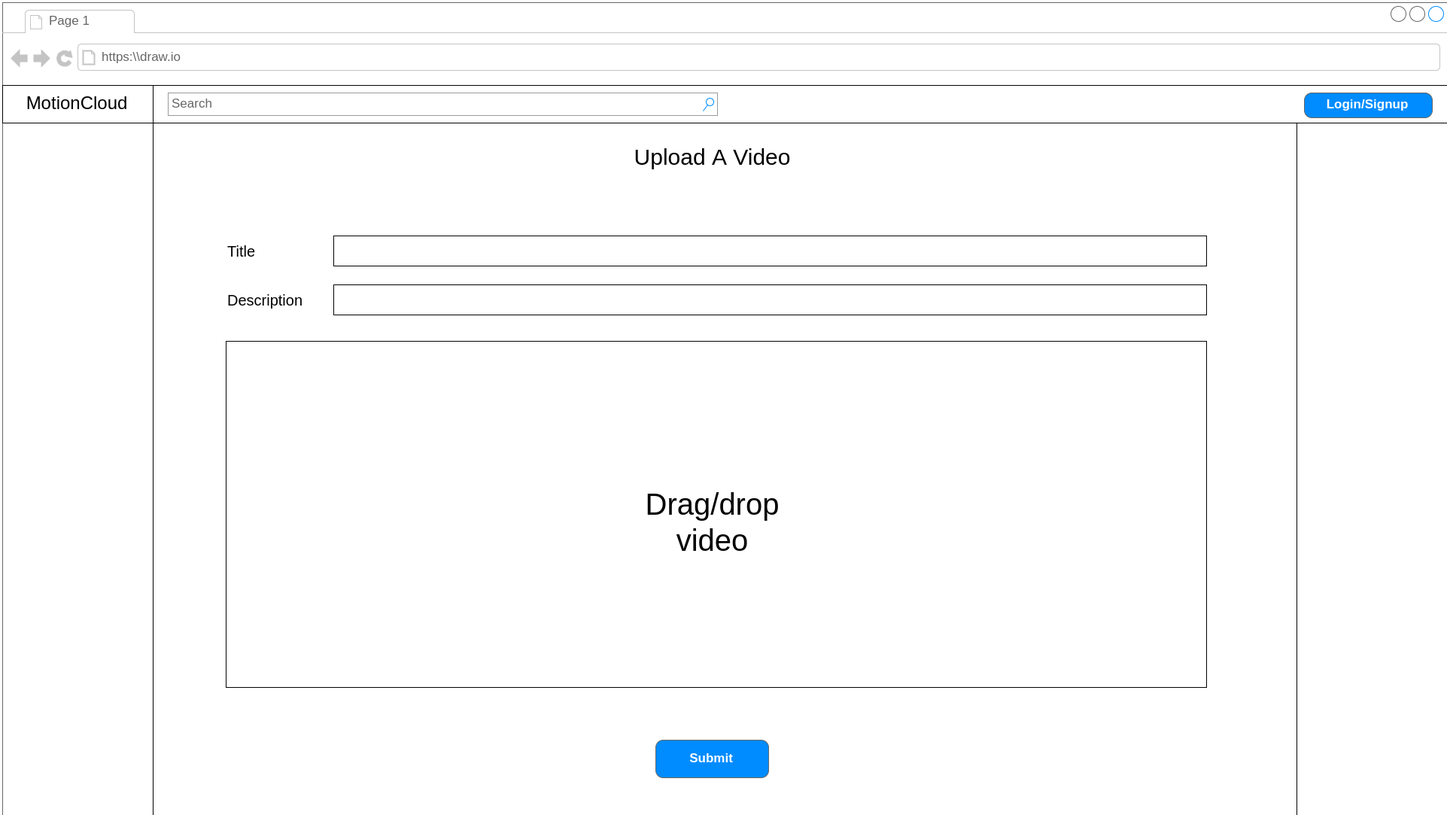
Before: docs/wireframes/upload.png, a diagram exported from draw.io (pv97/Motion-Cloud). Source tidied: cells renumbered, new cells last; positions are measured from the earlier drawing's top-left corner, leaving out a move shared by most shapes. The source it was exported from:
```xml
<mxGraphModel>
  <root>
    <mxCell id="0" />
    <mxCell id="1" parent="0" />
    <mxCell id="2" style="strokeWidth=1;shadow=0;dashed=0;align=center;html=1;shape=mxgraph.mockup.containers.browserWindow;rSize=0;fillColor=#ffffff;strokeColor=#666666;mainText=,;" parent="1" vertex="1">
      <mxGeometry width="1920" height="1080" as="geometry" />
    </mxCell>
    <mxCell id="3" style="whiteSpace=wrap;html=1;strokeColor=#000000;fillColor=#ffffff;align=left;" parent="2" vertex="1">
      <mxGeometry x="200" y="160" width="1520" height="920" as="geometry" />
    </mxCell>
    <mxCell id="4" value="Page 1" style="strokeWidth=1;shadow=0;dashed=0;align=center;html=1;shape=mxgraph.mockup.containers.anchor;fontSize=17;fontColor=#666666;align=left;" parent="2" vertex="1">
      <mxGeometry x="60" y="12" width="110" height="26" as="geometry" />
    </mxCell>
    <mxCell id="5" value="https:\\draw.io" style="strokeWidth=1;shadow=0;dashed=0;align=center;html=1;shape=mxgraph.mockup.containers.anchor;rSize=0;fontSize=17;fontColor=#666666;align=left;" parent="2" vertex="1">
      <mxGeometry x="130" y="60" width="250" height="26" as="geometry" />
    </mxCell>
    <mxCell id="6" style="whiteSpace=wrap;html=1;" parent="2" vertex="1">
      <mxGeometry y="110" width="1920" height="50" as="geometry" />
    </mxCell>
    <mxCell id="7" value="&lt;font style=&quot;font-size: 24px&quot;&gt;MotionCloud&lt;/font&gt;" style="whiteSpace=wrap;html=1;" parent="2" vertex="1">
      <mxGeometry y="110" width="200" height="50" as="geometry" />
    </mxCell>
    <mxCell id="8" value="Search" style="strokeWidth=1;shadow=0;dashed=0;align=center;html=1;shape=mxgraph.mockup.forms.searchBox;strokeColor=#999999;mainText=;fillColor=#ffffff;strokeColor2=#008cff;fontColor=#666666;fontSize=17;align=left;spacingLeft=3;" parent="2" vertex="1">
      <mxGeometry x="220" y="120" width="730" height="30" as="geometry" />
    </mxCell>
    <mxCell id="9" value="Login/Signup" style="strokeWidth=1;shadow=0;dashed=0;align=center;html=1;shape=mxgraph.mockup.buttons.button;strokeColor=#666666;fontColor=#ffffff;mainText=;buttonStyle=round;fontSize=17;fontStyle=1;fillColor=#008cff;whiteSpace=wrap;" parent="2" vertex="1">
      <mxGeometry x="1730" y="120" width="170" height="33" as="geometry" />
    </mxCell>
    <mxCell id="10" value="&lt;font style=&quot;font-size: 30px&quot;&gt;Upload A Video&lt;/font&gt;" style="text;html=1;strokeColor=none;fillColor=none;align=center;verticalAlign=middle;whiteSpace=wrap;" parent="2" vertex="1">
      <mxGeometry x="225" y="180" width="1435" height="50" as="geometry" />
    </mxCell>
    <mxCell id="11" style="edgeStyle=orthogonalEdgeStyle;rounded=0;html=1;exitX=0.5;exitY=1;entryX=0.5;entryY=1;jettySize=auto;orthogonalLoop=1;" parent="2" edge="1">
      <mxGeometry relative="1" as="geometry">
        <mxPoint x="667.5" y="780" as="sourcePoint" />
        <mxPoint x="667.5" y="780" as="targetPoint" />
      </mxGeometry>
    </mxCell>
    <mxCell id="12" style="whiteSpace=wrap;html=1;strokeColor=#000000;fillColor=#ffffff;align=left;" parent="2" vertex="1">
      <mxGeometry x="440" y="310" width="1160" height="40" as="geometry" />
    </mxCell>
    <mxCell id="13" value="&lt;div style=&quot;text-align: left&quot;&gt;&lt;span style=&quot;font-size: 20px&quot;&gt;Title&lt;/span&gt;&lt;/div&gt;" style="text;html=1;strokeColor=none;fillColor=none;align=left;verticalAlign=middle;whiteSpace=wrap;" parent="2" vertex="1">
      <mxGeometry x="297" y="305" width="165" height="50" as="geometry" />
    </mxCell>
    <mxCell id="14" style="whiteSpace=wrap;html=1;strokeColor=#000000;fillColor=#ffffff;align=left;" parent="2" vertex="1">
      <mxGeometry x="440" y="375" width="1160" height="40" as="geometry" />
    </mxCell>
    <mxCell id="15" value="&lt;div style=&quot;text-align: left&quot;&gt;&lt;span style=&quot;font-size: 20px&quot;&gt;Description&lt;/span&gt;&lt;/div&gt;" style="text;html=1;strokeColor=none;fillColor=none;align=left;verticalAlign=middle;whiteSpace=wrap;" parent="2" vertex="1">
      <mxGeometry x="297" y="370" width="165" height="50" as="geometry" />
    </mxCell>
    <mxCell id="16" style="whiteSpace=wrap;html=1;strokeColor=#000000;fillColor=#ffffff;align=left;" parent="2" vertex="1">
      <mxGeometry x="297" y="450" width="1303" height="460" as="geometry" />
    </mxCell>
    <mxCell id="17" value="&lt;font style=&quot;font-size: 40px&quot;&gt;Drag/drop video&lt;/font&gt;" style="text;html=1;strokeColor=none;fillColor=none;align=center;verticalAlign=middle;whiteSpace=wrap;" parent="2" vertex="1">
      <mxGeometry x="923" y="680" width="40" height="20" as="geometry" />
    </mxCell>
    <mxCell id="18" value="Submit" style="strokeWidth=1;shadow=0;dashed=0;align=center;html=1;shape=mxgraph.mockup.buttons.button;strokeColor=#666666;fontColor=#ffffff;mainText=;buttonStyle=round;fontSize=17;fontStyle=1;fillColor=#008cff;whiteSpace=wrap;" parent="2" vertex="1">
      <mxGeometry x="868" y="980" width="150" height="50" as="geometry" />
    </mxCell>
  </root>
</mxGraphModel>
```
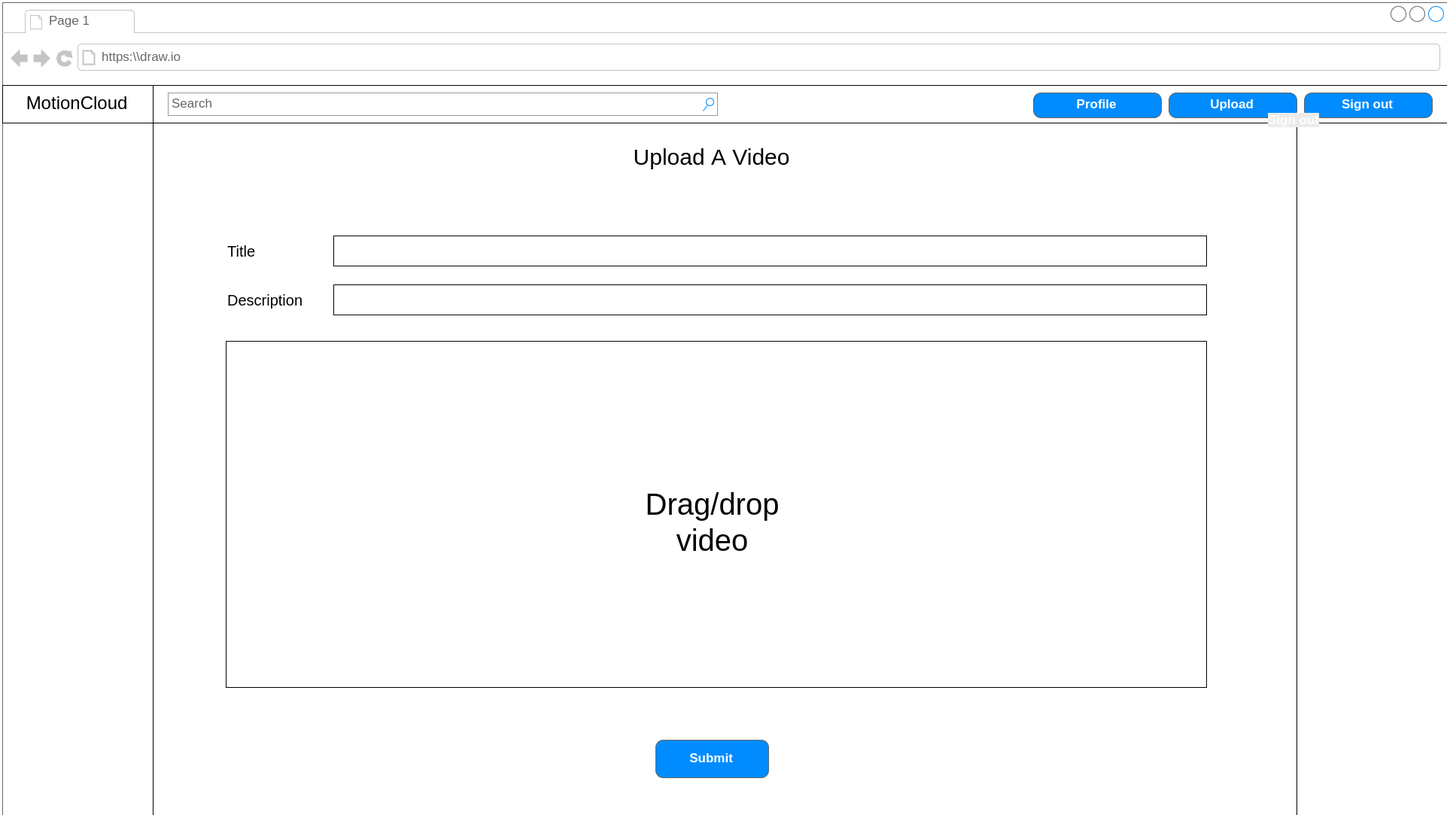
Above is the later version.

What changed in the source:
```diff
@@ -23,7 +23,7 @@
     <mxCell id="8" value="Search" style="strokeWidth=1;shadow=0;dashed=0;align=center;html=1;shape=mxgraph.mockup.forms.searchBox;strokeColor=#999999;mainText=;fillColor=#ffffff;strokeColor2=#008cff;fontColor=#666666;fontSize=17;align=left;spacingLeft=3;" parent="2" vertex="1">
       <mxGeometry x="220" y="120" width="730" height="30" as="geometry" />
     </mxCell>
-    <mxCell id="9" value="Login/Signup" style="strokeWidth=1;shadow=0;dashed=0;align=center;html=1;shape=mxgraph.mockup.buttons.button;strokeColor=#666666;fontColor=#ffffff;mainText=;buttonStyle=round;fontSize=17;fontStyle=1;fillColor=#008cff;whiteSpace=wrap;" parent="2" vertex="1">
+    <mxCell id="9" value="Sign out" style="strokeWidth=1;shadow=0;dashed=0;align=center;html=1;shape=mxgraph.mockup.buttons.button;strokeColor=#666666;fontColor=#ffffff;mainText=;buttonStyle=round;fontSize=17;fontStyle=1;fillColor=#008cff;whiteSpace=wrap;" parent="2" vertex="1">
       <mxGeometry x="1730" y="120" width="170" height="33" as="geometry" />
     </mxCell>
     <mxCell id="10" value="&lt;font style=&quot;font-size: 30px&quot;&gt;Upload A Video&lt;/font&gt;" style="text;html=1;strokeColor=none;fillColor=none;align=center;verticalAlign=middle;whiteSpace=wrap;" parent="2" vertex="1">
@@ -56,5 +56,14 @@
     <mxCell id="18" value="Submit" style="strokeWidth=1;shadow=0;dashed=0;align=center;html=1;shape=mxgraph.mockup.buttons.button;strokeColor=#666666;fontColor=#ffffff;mainText=;buttonStyle=round;fontSize=17;fontStyle=1;fillColor=#008cff;whiteSpace=wrap;" parent="2" vertex="1">
       <mxGeometry x="868" y="980" width="150" height="50" as="geometry" />
     </mxCell>
+    <mxCell id="19" value="Upload" style="strokeWidth=1;shadow=0;dashed=0;align=center;html=1;shape=mxgraph.mockup.buttons.button;strokeColor=#666666;fontColor=#ffffff;mainText=;buttonStyle=round;fontSize=17;fontStyle=1;fillColor=#008cff;whiteSpace=wrap;" parent="2" vertex="1">
+      <mxGeometry x="1550" y="120" width="170" height="33" as="geometry" />
+    </mxCell>
+    <mxCell id="20" value="Profile" style="strokeWidth=1;shadow=0;dashed=0;align=center;html=1;shape=mxgraph.mockup.buttons.button;strokeColor=#666666;fontColor=#ffffff;mainText=;buttonStyle=round;fontSize=17;fontStyle=1;fillColor=#008cff;whiteSpace=wrap;" parent="2" vertex="1">
+      <mxGeometry x="1370" y="120" width="170" height="33" as="geometry" />
+    </mxCell>
+    <mxCell id="21" value="&lt;span style=&quot;color: rgb(255, 255, 255); font-family: Helvetica; font-size: 17px; font-style: normal; font-variant-ligatures: normal; font-variant-caps: normal; font-weight: bold; letter-spacing: normal; orphans: 2; text-align: center; text-indent: 0px; text-transform: none; white-space: normal; widows: 2; word-spacing: 0px; -webkit-text-stroke-width: 0px; background-color: rgb(235, 235, 235); display: inline !important; float: none;&quot;&gt;Sign out&lt;/span&gt;" style="text;html=1;" parent="1" vertex="1">
+      <mxGeometry x="1680" y="140" width="90" height="30" as="geometry" />
+    </mxCell>
   </root>
 </mxGraphModel>
```
